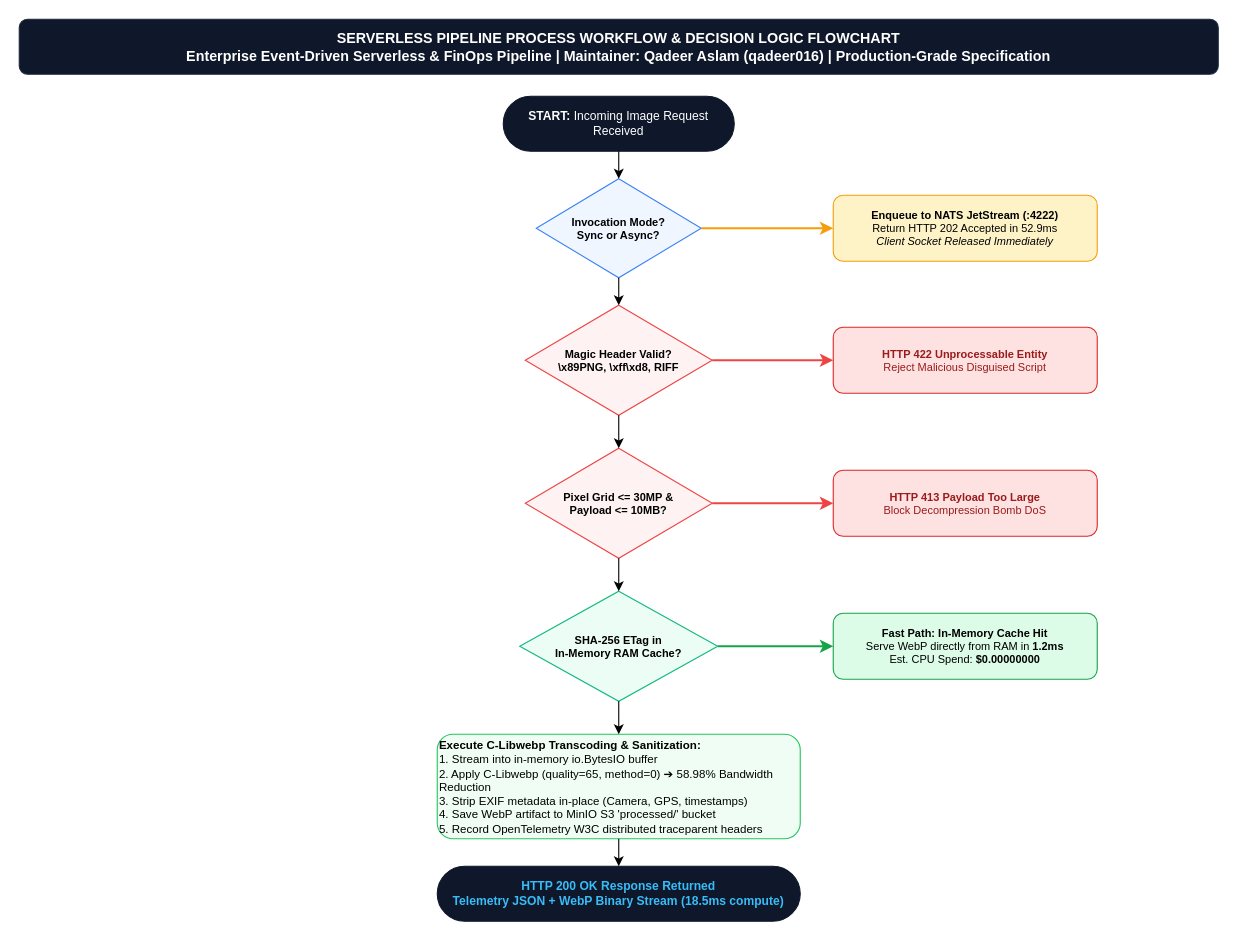
Earlier version of the draw.io diagram page "4. Process Flow & Decision Workflow" (4 of 6) of architecture_diagrams/all.drawio (qadeeraay/serverless-cost-pipeline). Source tidied: cells renumbered, new cells numbered last; positions are measured from the earlier drawing's top-left corner, leaving out a move shared by most shapes. Both pictures are drawn from the tidied source at 110%, with x=0, y=0 at pixel (19, 19).
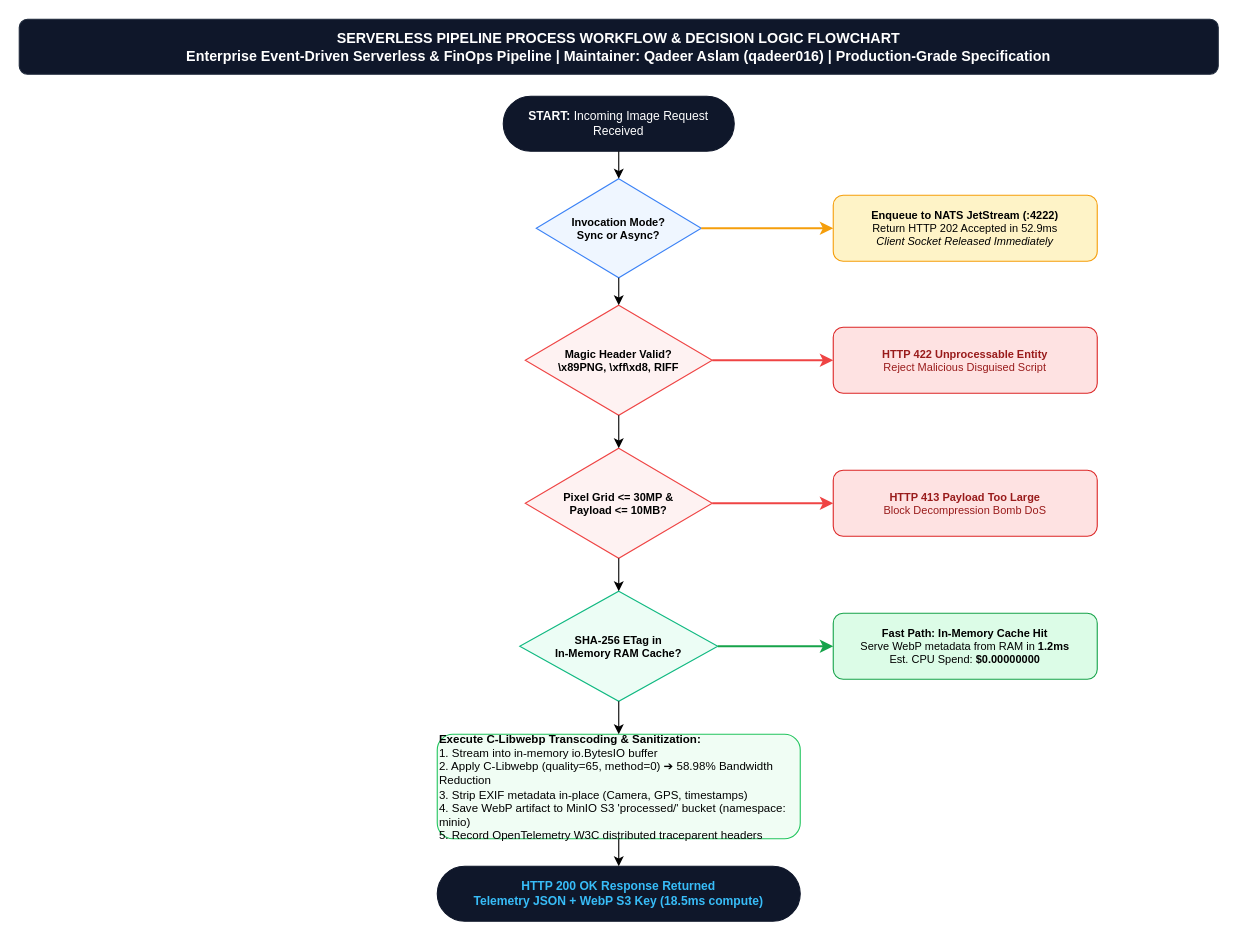
The same diagram, later.

Commit message (it also covers changes not shown here):
docs: update architecture documentation and diagrams to reflect minio namespace migration

Change to the diagram source:
```diff
@@
-    <mxCell id="11" value="&lt;b&gt;Fast Path: In-Memory Cache Hit&lt;/b&gt;&lt;br&gt;Serve WebP directly from RAM in &lt;b&gt;1.2ms&lt;/b&gt;&lt;br&gt;Est. CPU Spend: &lt;b&gt;$0.00000000&lt;/b&gt;" style="rounded=1;whiteSpace=wrap;html=1;fillColor=#dcfce7;strokeColor=#16a34a;fontSize=10;" parent="1" vertex="1">
+    <mxCell id="11" value="&lt;b&gt;Fast Path: In-Memory Cache Hit&lt;/b&gt;&lt;br&gt;Serve WebP metadata from RAM in &lt;b&gt;1.2ms&lt;/b&gt;&lt;br&gt;Est. CPU Spend: &lt;b&gt;$0.00000000&lt;/b&gt;" style="rounded=1;whiteSpace=wrap;html=1;fillColor=#dcfce7;strokeColor=#16a34a;fontSize=10;" parent="1" vertex="1">
       <mxGeometry x="740" y="540" width="240" height="60" as="geometry" />
     </mxCell>
-    <mxCell id="12" value="&lt;b&gt;Execute C-Libwebp Transcoding &amp; Sanitization:&lt;/b&gt;&lt;br&gt;1. Stream into in-memory io.BytesIO buffer&lt;br&gt;2. Apply C-Libwebp (quality=65, method=0) ➔ 58.98% Bandwidth Reduction&lt;br&gt;3. Strip EXIF metadata in-place (Camera, GPS, timestamps)&lt;br&gt;4. Save WebP artifact to MinIO S3 'processed/' bucket&lt;br&gt;5. Record OpenTelemetry W3C distributed traceparent headers" style="rounded=1;whiteSpace=wrap;html=1;fillColor=#f0fdf4;strokeColor=#22c55e;fontSize=10.5;align=left;" parent="1" vertex="1">
+    <mxCell id="12" value="&lt;b&gt;Execute C-Libwebp Transcoding &amp; Sanitization:&lt;/b&gt;&lt;br&gt;1. Stream into in-memory io.BytesIO buffer&lt;br&gt;2. Apply C-Libwebp (quality=65, method=0) ➔ 58.98% Bandwidth Reduction&lt;br&gt;3. Strip EXIF metadata in-place (Camera, GPS, timestamps)&lt;br&gt;4. Save WebP artifact to MinIO S3 'processed/' bucket (namespace: minio)&lt;br&gt;5. Record OpenTelemetry W3C distributed traceparent headers" style="rounded=1;whiteSpace=wrap;html=1;fillColor=#f0fdf4;strokeColor=#22c55e;fontSize=10.5;align=left;" parent="1" vertex="1">
       <mxGeometry x="380" y="650" width="330" height="95" as="geometry" />
     </mxCell>
-    <mxCell id="13" value="&lt;b&gt;HTTP 200 OK Response Returned&lt;/b&gt;&lt;br&gt;Telemetry JSON + WebP Binary Stream (18.5ms compute)" style="rounded=1;whiteSpace=wrap;html=1;arcSize=50;fillColor=#0f172a;strokeColor=#0f172a;fontColor=#38bdf8;fontSize=11;fontStyle=1;" parent="1" vertex="1">
+    <mxCell id="13" value="&lt;b&gt;HTTP 200 OK Response Returned&lt;/b&gt;&lt;br&gt;Telemetry JSON + WebP S3 Key (18.5ms compute)" style="rounded=1;whiteSpace=wrap;html=1;arcSize=50;fillColor=#0f172a;strokeColor=#0f172a;fontColor=#38bdf8;fontSize=11;fontStyle=1;" parent="1" vertex="1">
       <mxGeometry x="380" y="770" width="330" height="50" as="geometry" />
     </mxCell>
```
